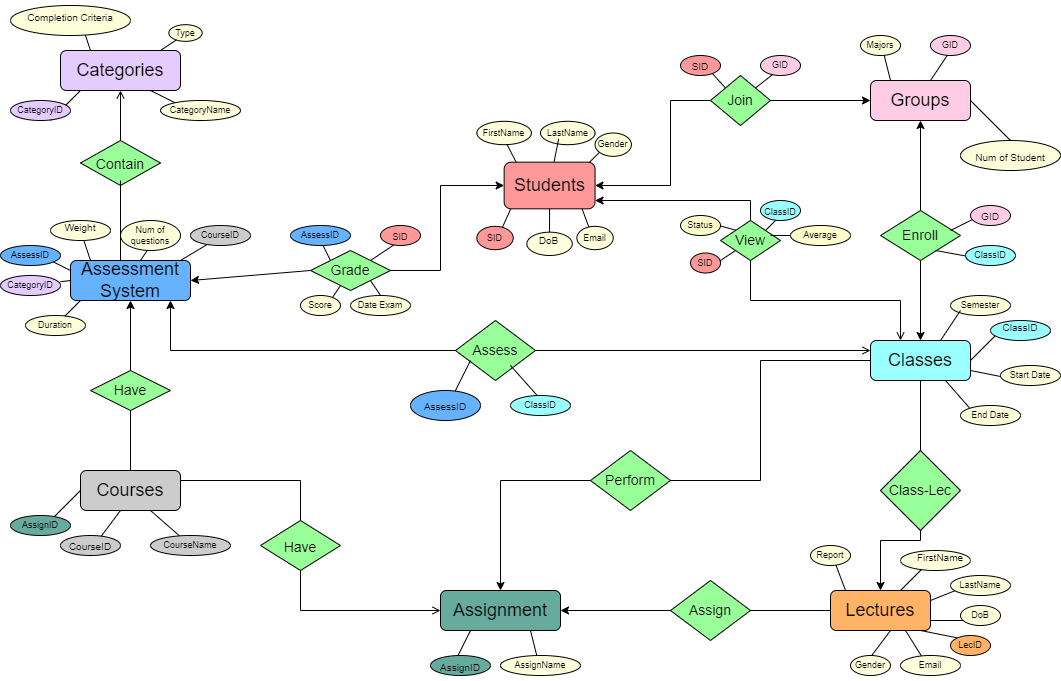
The draw.io diagram ERD Update 2.drawio.png in Vovietmanh/DBI202-MyAssignment, before a commit. Source tidied: cells renumbered, new cells last; positions are measured from the earlier drawing's top-left corner, leaving out a move shared by most shapes.
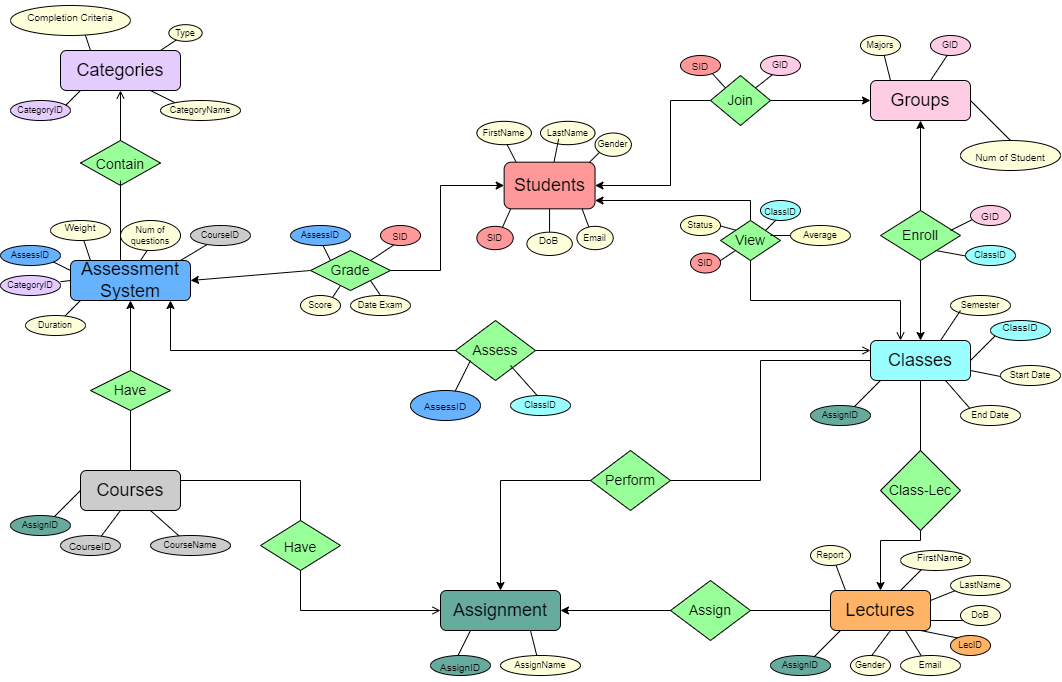
The same file after the commit.

What changed in the source:
```diff
@@ -1082,5 +1082,41 @@
     <mxCell id="293" style="edgeStyle=none;jettySize=auto;html=1;rounded=0;endArrow=open;startSize=6;endSize=6;sourcePerimeterSpacing=0;targetPerimeterSpacing=0;entryX=0;entryY=0.25;entryDx=0;entryDy=0;exitX=1;exitY=0.5;exitDx=0;exitDy=0;" parent="1" edge="1" source="256" target="80">
       <mxGeometry relative="1" as="geometry" />
     </mxCell>
+    <mxCell id="294" style="group;" parent="1" vertex="1">
+      <mxGeometry x="770" y="630" width="70" height="50" as="geometry" />
+    </mxCell>
+    <mxCell id="295" style="endArrow=none;html=1;rounded=0;fontSize=9;" parent="294" edge="1">
+      <mxGeometry relative="1" as="geometry">
+        <mxPoint x="30" y="40" as="sourcePoint" />
+        <mxPoint x="70" as="targetPoint" />
+      </mxGeometry>
+    </mxCell>
+    <mxCell id="296" style="group;" parent="294" vertex="1">
+      <mxGeometry y="20" width="60" height="30" as="geometry" />
+    </mxCell>
+    <mxCell id="297" style="ellipse;whiteSpace=wrap;html=1;fontSize=9;fillColor=#67AB9F;" parent="296" vertex="1">
+      <mxGeometry y="5" width="60" height="20" as="geometry" />
+    </mxCell>
+    <mxCell id="298" value="AssignID" style="text;html=1;strokeColor=none;fillColor=none;align=center;verticalAlign=middle;whiteSpace=wrap;rounded=0;fontSize=9;" parent="296" vertex="1">
+      <mxGeometry width="60" height="30" as="geometry" />
+    </mxCell>
+    <mxCell id="299" style="group;" parent="1" vertex="1">
+      <mxGeometry x="810" y="380" width="70" height="50" as="geometry" />
+    </mxCell>
+    <mxCell id="300" style="endArrow=none;html=1;rounded=0;fontSize=9;" parent="299" edge="1">
+      <mxGeometry relative="1" as="geometry">
+        <mxPoint x="30" y="40" as="sourcePoint" />
+        <mxPoint x="70" as="targetPoint" />
+      </mxGeometry>
+    </mxCell>
+    <mxCell id="301" style="group;" parent="299" vertex="1">
+      <mxGeometry y="20" width="60" height="30" as="geometry" />
+    </mxCell>
+    <mxCell id="302" style="ellipse;whiteSpace=wrap;html=1;fontSize=9;fillColor=#67AB9F;" parent="301" vertex="1">
+      <mxGeometry y="5" width="60" height="20" as="geometry" />
+    </mxCell>
+    <mxCell id="303" value="AssignID" style="text;html=1;strokeColor=none;fillColor=none;align=center;verticalAlign=middle;whiteSpace=wrap;rounded=0;fontSize=9;" parent="301" vertex="1">
+      <mxGeometry width="60" height="30" as="geometry" />
+    </mxCell>
   </root>
 </mxGraphModel>
```
